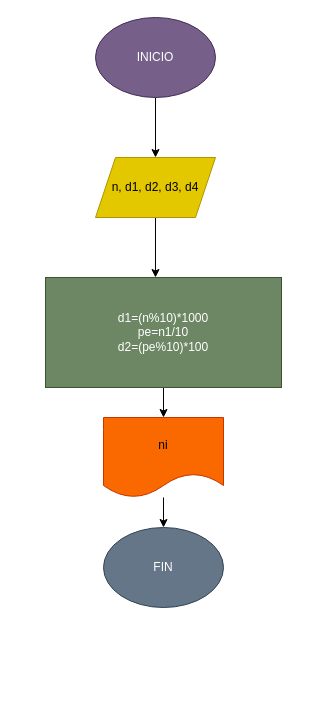
mayerlyuribe/invertir_numeros_4digitos keeps this draw.io diagram as diagrama.drawio. Above is the earlier version. Source tidied: cells renumbered, new cells numbered last; positions are measured from the earlier drawing's top-left corner, leaving out a move shared by most shapes. Both pictures are drawn from the tidied source at 100%, with x=0, y=0 at pixel (45, 17).
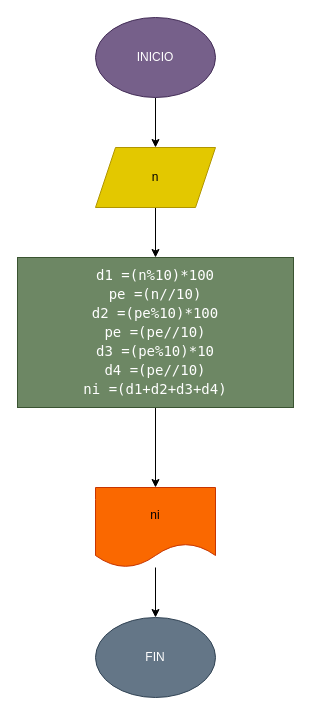
After the change.

Commit message (it also covers changes not shown here):
Se agrego el diagrama de flujo, programa y el README

The edit, as a diff of the source:
```diff
@@
 <mxGraphModel>
   <root>
     <mxCell id="0" />
     <mxCell id="1" parent="0" />
     <mxCell id="2" style="edgeStyle=none;html=1;entryX=0.5;entryY=0;entryDx=0;entryDy=0;" parent="1" edge="1" source="3" target="5">
       <mxGeometry relative="1" as="geometry" />
     </mxCell>
     <mxCell id="3" value="INICIO" style="ellipse;whiteSpace=wrap;html=1;fillColor=#76608a;fontColor=#ffffff;strokeColor=#432D57;" parent="1" vertex="1">
       <mxGeometry x="50" width="120" height="80" as="geometry" />
     </mxCell>
-    <mxCell id="4" style="edgeStyle=none;html=1;entryX=0.466;entryY=0;entryDx=0;entryDy=0;entryPerimeter=0;" parent="1" edge="1" source="5" target="7">
+    <mxCell id="4" style="edgeStyle=none;html=1;" parent="1" edge="1" source="5" target="7">
       <mxGeometry relative="1" as="geometry" />
     </mxCell>
-    <mxCell id="5" value="n, d1, d2, d3, d4" style="shape=parallelogram;perimeter=parallelogramPerimeter;whiteSpace=wrap;html=1;fixedSize=1;fillColor=#e3c800;fontColor=#000000;strokeColor=#B09500;" parent="1" vertex="1">
-      <mxGeometry x="50" y="140" width="120" height="60" as="geometry" />
+    <mxCell id="5" value="n" style="shape=parallelogram;perimeter=parallelogramPerimeter;whiteSpace=wrap;html=1;fixedSize=1;fillColor=#e3c800;fontColor=#000000;strokeColor=#B09500;" parent="1" vertex="1">
+      <mxGeometry x="50" y="130" width="120" height="60" as="geometry" />
     </mxCell>
     <mxCell id="6" style="edgeStyle=none;html=1;" parent="1" edge="1" source="7" target="9">
       <mxGeometry relative="1" as="geometry" />
     </mxCell>
-    <mxCell id="7" value="d1=(n%10)*1000&lt;br&gt;pe=n1/10&lt;br&gt;d2=(pe%10)*100" style="rounded=0;whiteSpace=wrap;html=1;fillColor=#6d8764;fontColor=#ffffff;strokeColor=#3A5431;" parent="1" vertex="1">
-      <mxGeometry y="260" width="236" height="110" as="geometry" />
+    <mxCell id="7" value="&lt;div style=&quot;font-family: &amp;quot;Droid Sans Mono&amp;quot;, &amp;quot;monospace&amp;quot;, monospace; font-size: 14px; line-height: 19px;&quot;&gt;&lt;div style=&quot;&quot;&gt;&lt;span style=&quot;background-color: rgb(109, 135, 100);&quot;&gt;d1 =(n%10)*100&lt;/span&gt;&lt;/div&gt;&lt;div style=&quot;&quot;&gt;&lt;span style=&quot;background-color: rgb(109, 135, 100);&quot;&gt;pe =(n//10)&lt;/span&gt;&lt;/div&gt;&lt;div style=&quot;&quot;&gt;&lt;span style=&quot;background-color: rgb(109, 135, 100);&quot;&gt;d2 =(pe%10)*100&lt;/span&gt;&lt;/div&gt;&lt;div style=&quot;&quot;&gt;&lt;span style=&quot;background-color: rgb(109, 135, 100);&quot;&gt;pe =(pe//10)&lt;/span&gt;&lt;/div&gt;&lt;div style=&quot;&quot;&gt;&lt;span style=&quot;background-color: rgb(109, 135, 100);&quot;&gt;d3 =(pe%10)*10&lt;/span&gt;&lt;/div&gt;&lt;div style=&quot;&quot;&gt;&lt;span style=&quot;background-color: rgb(109, 135, 100);&quot;&gt;d4 =(pe//10)&lt;/span&gt;&lt;/div&gt;&lt;div style=&quot;&quot;&gt;&lt;span style=&quot;background-color: rgb(109, 135, 100);&quot;&gt;ni =(d1+d2+d3+d4)&lt;/span&gt;&lt;/div&gt;&lt;/div&gt;" style="rounded=0;whiteSpace=wrap;html=1;fillColor=#6d8764;fontColor=#ffffff;strokeColor=#3A5431;" parent="1" vertex="1">
+      <mxGeometry x="-28" y="240" width="276" height="150" as="geometry" />
     </mxCell>
     <mxCell id="8" style="edgeStyle=none;html=1;" parent="1" edge="1" source="9" target="10">
       <mxGeometry relative="1" as="geometry" />
     </mxCell>
     <mxCell id="9" value="ni" style="shape=document;whiteSpace=wrap;html=1;boundedLbl=1;fillColor=#fa6800;fontColor=#000000;strokeColor=#C73500;" parent="1" vertex="1">
-      <mxGeometry x="58" y="400" width="120" height="80" as="geometry" />
+      <mxGeometry x="50" y="470" width="120" height="80" as="geometry" />
     </mxCell>
     <mxCell id="10" value="FIN" style="ellipse;whiteSpace=wrap;html=1;fillColor=#647687;fontColor=#ffffff;strokeColor=#314354;" parent="1" vertex="1">
-      <mxGeometry x="58" y="510" width="120" height="80" as="geometry" />
+      <mxGeometry x="50" y="600" width="120" height="80" as="geometry" />
     </mxCell>
   </root>
 </mxGraphModel>
```
